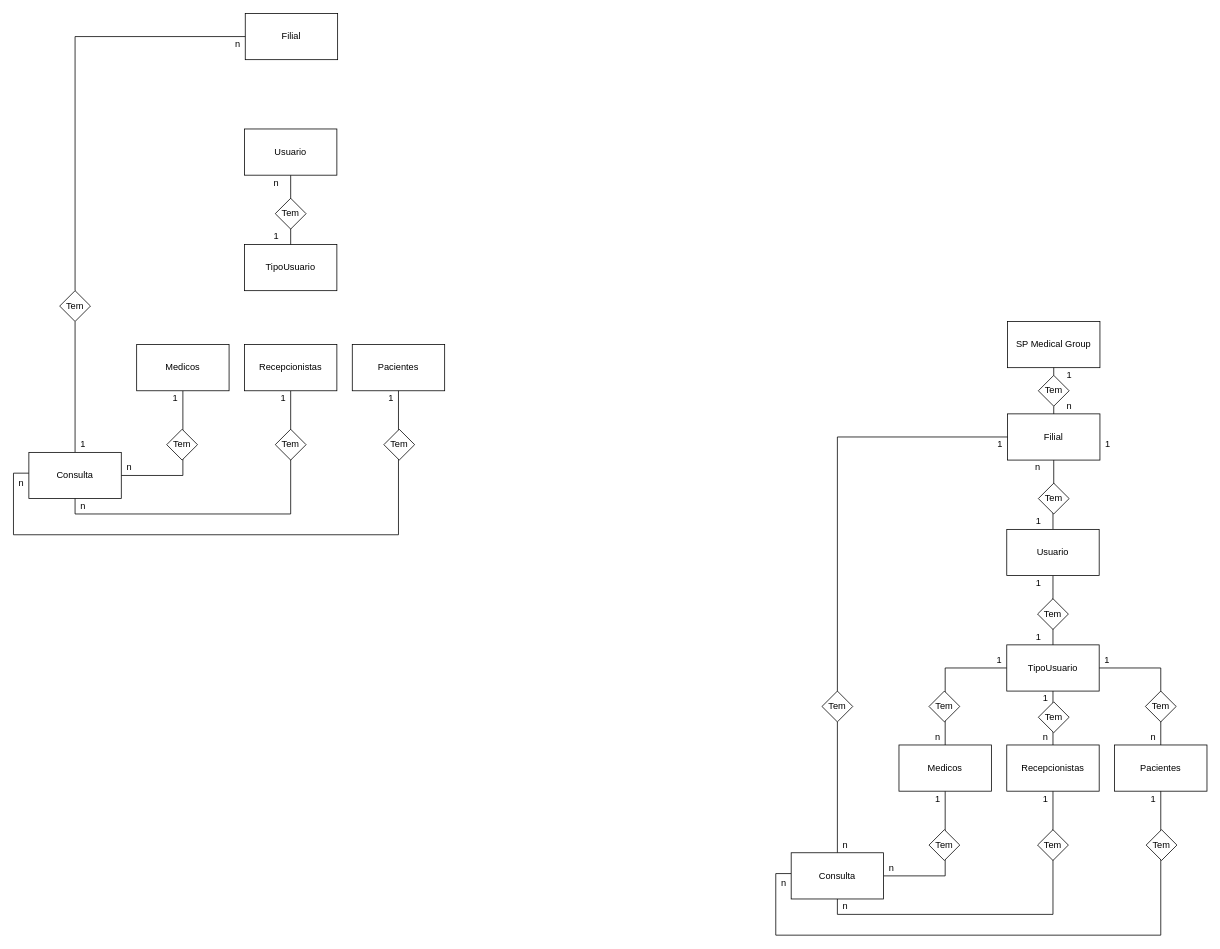
Earlier version of the draw.io diagram Modelagem/Conceitual.drawio (AndreAzevedoCoder/senai_spmedgroup_sprints1_bd_manha_AndreAzevedo). Source tidied: cells renumbered, new cells numbered last; positions are measured from the earlier drawing's top-left corner, leaving out a move shared by most shapes. Both pictures are drawn from the tidied source at 77%, with x=0, y=0 at pixel (13, 13).
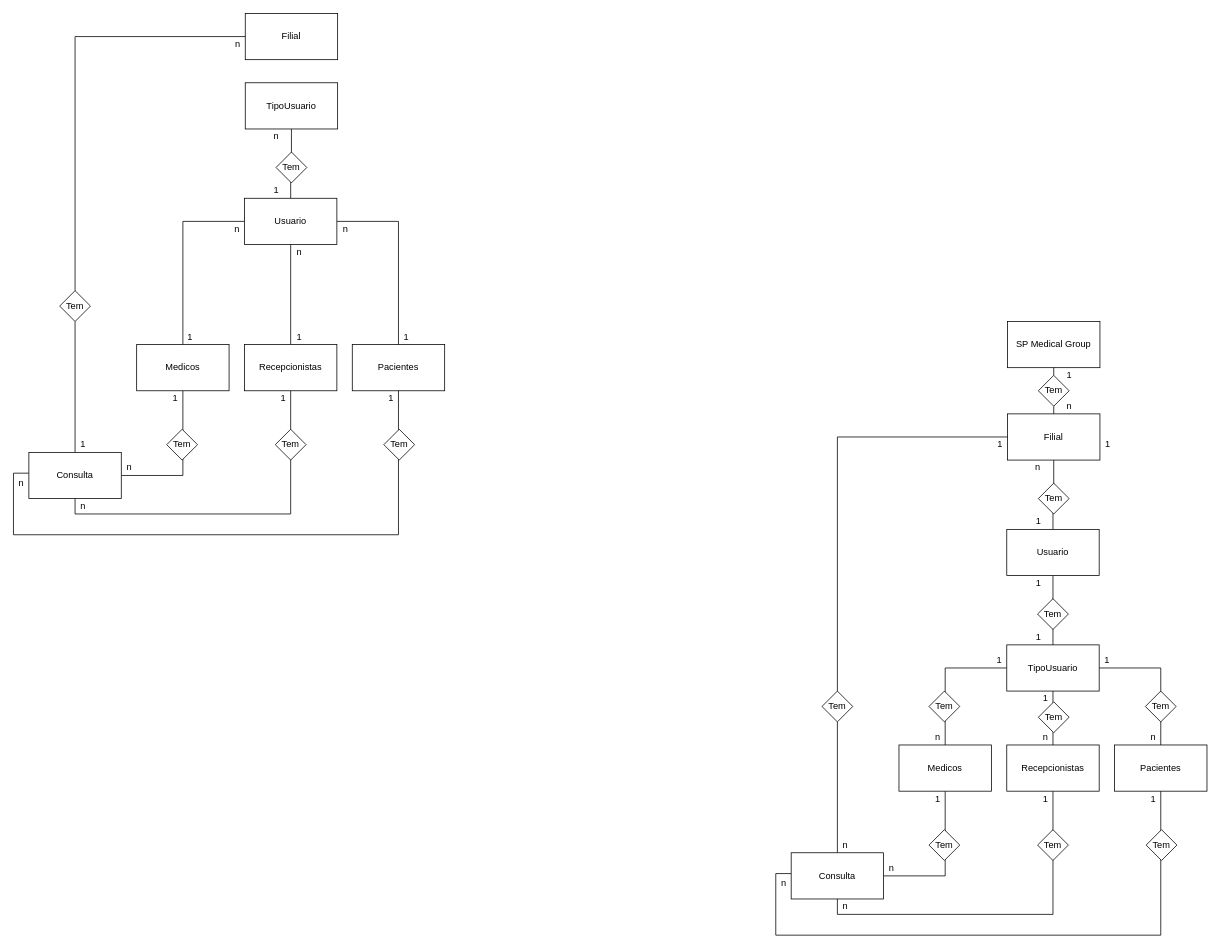
Above is the later version.

Unchanged cells that the change refers to:
```xml
<mxCell id="9" value="Medicos" style="rounded=0;whiteSpace=wrap;html=1;" parent="1" vertex="1">
  <mxGeometry x="160" y="430" width="120" height="60" as="geometry" />
</mxCell>
<mxCell id="12" value="Recepcionistas" style="rounded=0;whiteSpace=wrap;html=1;" parent="1" vertex="1">
  <mxGeometry x="300" y="430" width="120" height="60" as="geometry" />
</mxCell>
<mxCell id="13" value="Pacientes" style="rounded=0;whiteSpace=wrap;html=1;" parent="1" vertex="1">
  <mxGeometry x="440" y="430" width="120" height="60" as="geometry" />
</mxCell>
```

What changed in the source:
```diff
@@
+    <mxCell id="81" style="edgeStyle=orthogonalEdgeStyle;rounded=0;jettySize=auto;html=1;exitX=0.5;exitY=0;exitDx=0;exitDy=0;entryX=0;entryY=0.5;entryDx=0;entryDy=0;endArrow=none;endFill=0;" parent="1" edge="1" source="9" target="27">
+      <mxGeometry relative="1" as="geometry" />
+    </mxCell>
@@
+    <mxCell id="82" style="edgeStyle=orthogonalEdgeStyle;rounded=0;jettySize=auto;html=1;exitX=0.5;exitY=0;exitDx=0;exitDy=0;entryX=0.5;entryY=1;entryDx=0;entryDy=0;endArrow=none;endFill=0;" parent="1" edge="1" source="12" target="27">
+      <mxGeometry relative="1" as="geometry" />
+    </mxCell>
@@
     <mxCell id="25" value="TipoUsuario" style="rounded=0;whiteSpace=wrap;html=1;" parent="1" vertex="1">
-      <mxGeometry x="300" y="300" width="120" height="60" as="geometry" />
+      <mxGeometry x="301" y="90" width="120" height="60" as="geometry" />
     </mxCell>
-    <mxCell id="26" style="edgeStyle=orthogonalEdgeStyle;rounded=0;jettySize=auto;html=1;exitX=0.5;exitY=1;exitDx=0;exitDy=0;entryX=0.5;entryY=0;entryDx=0;entryDy=0;endArrow=none;endFill=0;" parent="1" edge="1" source="27" target="25">
+    <mxCell id="26" style="edgeStyle=orthogonalEdgeStyle;rounded=0;jettySize=auto;html=1;exitX=0.5;exitY=0;exitDx=0;exitDy=0;entryX=0.5;entryY=1;entryDx=0;entryDy=0;endArrow=none;endFill=0;" parent="1" edge="1" source="27" target="25">
       <mxGeometry relative="1" as="geometry" />
     </mxCell>
+    <mxCell id="83" style="edgeStyle=orthogonalEdgeStyle;rounded=0;jettySize=auto;html=1;exitX=1;exitY=0.5;exitDx=0;exitDy=0;endArrow=none;endFill=0;" parent="1" edge="1" source="27" target="13">
+      <mxGeometry relative="1" as="geometry" />
+    </mxCell>
     <mxCell id="27" value="Usuario" style="rounded=0;whiteSpace=wrap;html=1;" parent="1" vertex="1">
-      <mxGeometry x="300" y="150" width="120" height="60" as="geometry" />
+      <mxGeometry x="300" y="240" width="120" height="60" as="geometry" />
     </mxCell>
     <mxCell id="28" value="Tem" style="rhombus;whiteSpace=wrap;html=1;" parent="1" vertex="1">
-      <mxGeometry x="340" y="240" width="40" height="40" as="geometry" />
+      <mxGeometry x="341" y="180" width="40" height="40" as="geometry" />
     </mxCell>
     <mxCell id="29" value="n" style="text;html=1;align=center;verticalAlign=middle;" parent="1" vertex="1">
-      <mxGeometry x="331" y="210" width="20" height="20" as="geometry" />
+      <mxGeometry x="331" y="150" width="20" height="20" as="geometry" />
     </mxCell>
@@
+    <mxCell id="84" value="1" style="text;html=1;align=center;verticalAlign=middle;" parent="1" vertex="1">
+      <mxGeometry x="331" y="220" width="20" height="20" as="geometry" />
+    </mxCell>
+    <mxCell id="85" value="n" style="text;html=1;align=center;verticalAlign=middle;" parent="1" vertex="1">
+      <mxGeometry x="280" y="270" width="20" height="20" as="geometry" />
+    </mxCell>
+    <mxCell id="86" value="1" style="text;html=1;align=center;verticalAlign=middle;" parent="1" vertex="1">
+      <mxGeometry x="219" y="410" width="20" height="20" as="geometry" />
+    </mxCell>
+    <mxCell id="87" value="1" style="text;html=1;align=center;verticalAlign=middle;" parent="1" vertex="1">
+      <mxGeometry x="361" y="410" width="20" height="20" as="geometry" />
+    </mxCell>
+    <mxCell id="88" value="n" style="text;html=1;align=center;verticalAlign=middle;" parent="1" vertex="1">
+      <mxGeometry x="421" y="270" width="20" height="20" as="geometry" />
+    </mxCell>
+    <mxCell id="89" value="n" style="text;html=1;align=center;verticalAlign=middle;" parent="1" vertex="1">
+      <mxGeometry x="361" y="300" width="20" height="20" as="geometry" />
+    </mxCell>
+    <mxCell id="90" value="1" style="text;html=1;align=center;verticalAlign=middle;" parent="1" vertex="1">
+      <mxGeometry x="500" y="410" width="20" height="20" as="geometry" />
+    </mxCell>
```
